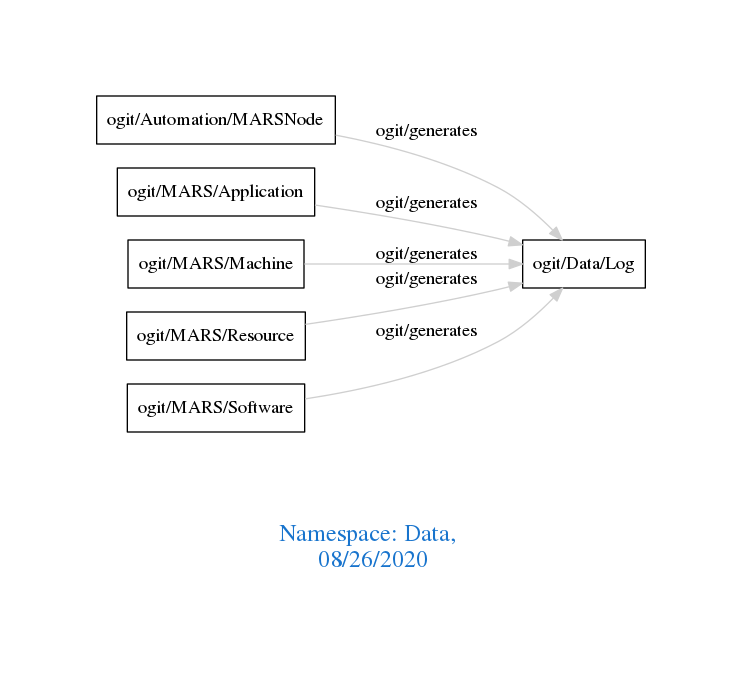
The Graphviz diagram downloads/Data.png in arago/OGIT, before a commit. Its source is kept beside it as downloads/Data.dot.
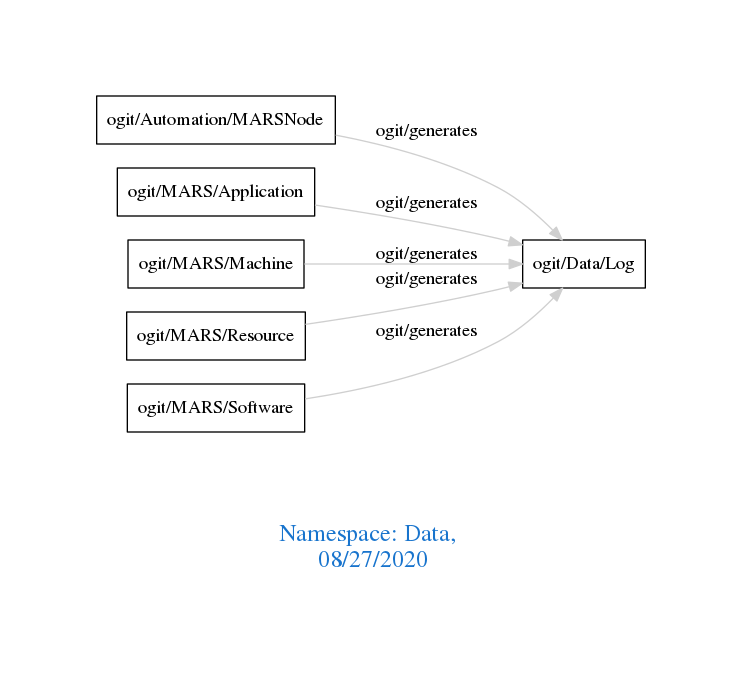
The same file after the commit.

The edit, as a diff of the source:
```diff
@@ -1,7 +1,7 @@
 digraph OGIT_ontology {
  graph [ rankdir= LR,pad=1
 fontsize = 18,
-fontcolor= dodgerblue3,label = "\n\n\nNamespace: Data, \n 08/26/2020"];
+fontcolor= dodgerblue3,label = "\n\n\nNamespace: Data, \n 08/27/2020"];
 node[shape=polygon];
 edge [  color="gray81"];
 
```
